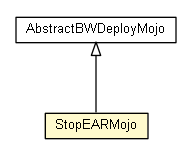
Above: bw-maven-plugin/apidocs/fr/fastconnect/factory/tibco/bw/maven/deployment/StopEARMojo.png in fastconnect/tibco-factory (Graphviz), before the change. Its source is kept beside it as bw-maven-plugin/apidocs/fr/fastconnect/factory/tibco/bw/maven/deployment/StopEARMojo.dot. Source of this version:
```dot

digraph G {
	edge [fontname="arial",fontsize=10,labelfontname="arial",labelfontsize=10];
	node [fontname="arial",fontsize=10,shape=plaintext];
	nodesep=0.25;
	ranksep=0.5;
	c3983 [label=<<table title="fr.fastconnect.factory.tibco.bw.maven.deployment.StopEARMojo" border="0" cellborder="1" cellspacing="0" cellpadding="2" port="p" bgcolor="lemonChiffon" href="./StopEARMojo.html">
		<tr><td><table border="0" cellspacing="0" cellpadding="1">
<tr><td align="center" balign="center"> StopEARMojo </td></tr>
		</table></td></tr>
		</table>>, URL="./StopEARMojo.html", fontname="arial", fontcolor="black", fontsize=10.0];
	c3989 [label=<<table title="fr.fastconnect.factory.tibco.bw.maven.deployment.AbstractBWDeployMojo" border="0" cellborder="1" cellspacing="0" cellpadding="2" port="p" href="./AbstractBWDeployMojo.html">
		<tr><td><table border="0" cellspacing="0" cellpadding="1">
<tr><td align="center" balign="center"> AbstractBWDeployMojo </td></tr>
		</table></td></tr>
		</table>>, URL="./AbstractBWDeployMojo.html", fontname="arial", fontcolor="black", fontsize=10.0];
	c3989:p -> c3983:p [dir=back,arrowtail=empty];
}
```
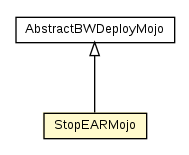
The same file after the commit.

The edit, as a diff of the source:
```diff
@@ -1,18 +1,18 @@
 
 digraph G {
-	edge [fontname="arial",fontsize=10,labelfontname="arial",labelfontsize=10];
-	node [fontname="arial",fontsize=10,shape=plaintext];
+	edge [fontname="Helvetica",fontsize=10,labelfontname="Helvetica",labelfontsize=10];
+	node [fontname="Helvetica",fontsize=10,shape=plaintext];
 	nodesep=0.25;
 	ranksep=0.5;
-	c3983 [label=<<table title="fr.fastconnect.factory.tibco.bw.maven.deployment.StopEARMojo" border="0" cellborder="1" cellspacing="0" cellpadding="2" port="p" bgcolor="lemonChiffon" href="./StopEARMojo.html">
+	c4256 [label=<<table title="fr.fastconnect.factory.tibco.bw.maven.deployment.StopEARMojo" border="0" cellborder="1" cellspacing="0" cellpadding="2" port="p" bgcolor="lemonChiffon" href="./StopEARMojo.html">
 		<tr><td><table border="0" cellspacing="0" cellpadding="1">
 <tr><td align="center" balign="center"> StopEARMojo </td></tr>
 		</table></td></tr>
-		</table>>, URL="./StopEARMojo.html", fontname="arial", fontcolor="black", fontsize=10.0];
-	c3989 [label=<<table title="fr.fastconnect.factory.tibco.bw.maven.deployment.AbstractBWDeployMojo" border="0" cellborder="1" cellspacing="0" cellpadding="2" port="p" href="./AbstractBWDeployMojo.html">
+		</table>>, URL="./StopEARMojo.html", fontname="Helvetica", fontcolor="black", fontsize=10.0];
+	c4260 [label=<<table title="fr.fastconnect.factory.tibco.bw.maven.deployment.AbstractBWDeployMojo" border="0" cellborder="1" cellspacing="0" cellpadding="2" port="p" href="./AbstractBWDeployMojo.html">
 		<tr><td><table border="0" cellspacing="0" cellpadding="1">
 <tr><td align="center" balign="center"> AbstractBWDeployMojo </td></tr>
 		</table></td></tr>
-		</table>>, URL="./AbstractBWDeployMojo.html", fontname="arial", fontcolor="black", fontsize=10.0];
-	c3989:p -> c3983:p [dir=back,arrowtail=empty];
+		</table>>, URL="./AbstractBWDeployMojo.html", fontname="Helvetica", fontcolor="black", fontsize=10.0];
+	c4260:p -> c4256:p [dir=back,arrowtail=empty];
 }
```
